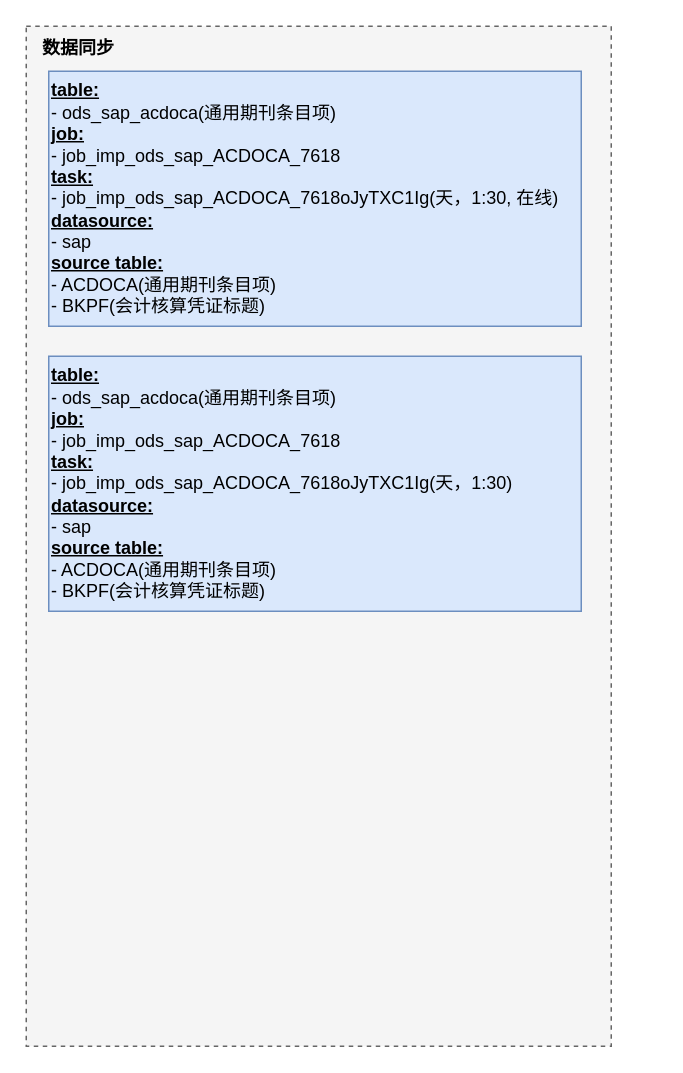
This is bow-bo.drawio from fsJerryChan/fsJerryChan, a draw.io file, before an edit. Source tidied: cells renumbered, new cells numbered last; positions are measured from the earlier drawing's top-left corner, leaving out a move shared by most shapes. Both pictures are drawn from the tidied source at 150%, with x=0, y=0 at pixel (26, 26).
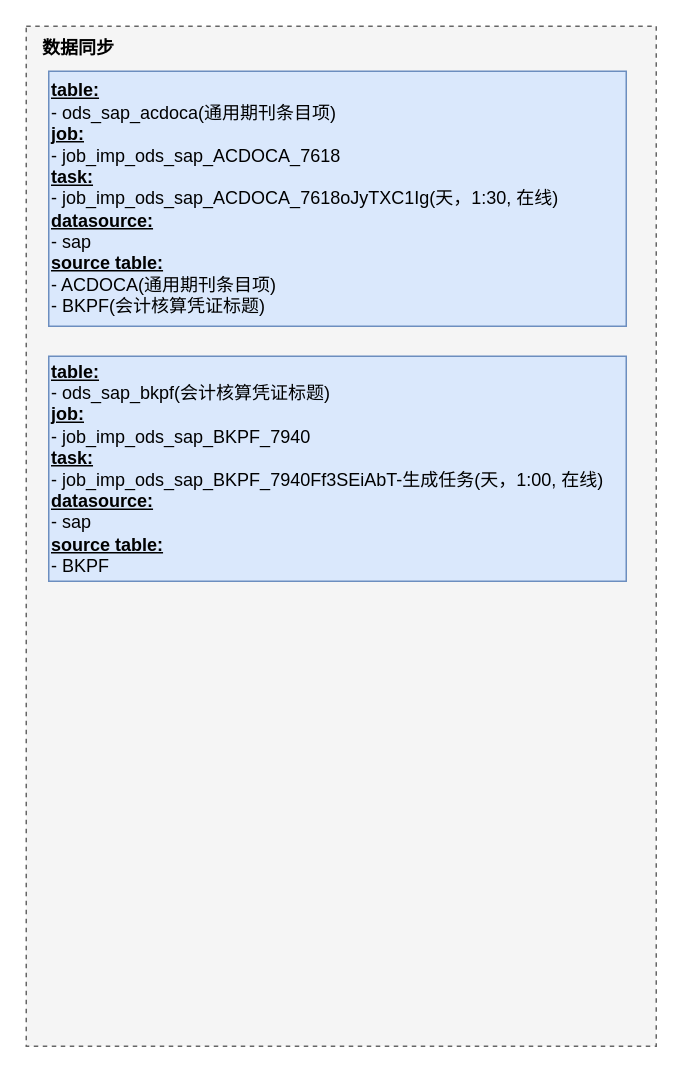
The same page after the edit.

The edit, as a diff of the source:
```diff
@@
 <mxGraphModel>
   <root>
     <mxCell id="0" />
     <mxCell id="1" parent="0" />
     <mxCell id="2" style="rounded=0;whiteSpace=wrap;html=1;dashed=1;fillColor=#f5f5f5;fontColor=#333333;strokeColor=#666666;" parent="1" vertex="1">
-      <mxGeometry width="390" height="680" as="geometry" />
+      <mxGeometry width="420" height="680" as="geometry" />
     </mxCell>
     <mxCell id="3" value="数据同步" style="text;strokeColor=none;align=center;fillColor=none;html=1;verticalAlign=middle;whiteSpace=wrap;rounded=0;fontStyle=1;" parent="1" vertex="1">
       <mxGeometry width="70" height="30" as="geometry" />
     </mxCell>
     <mxCell id="4" value="&lt;font style=&quot;font-size: 12px;&quot;&gt;&lt;b style=&quot;border-color: var(--border-color);&quot;&gt;&lt;u style=&quot;border-color: var(--border-color);&quot;&gt;table:&lt;/u&gt;&lt;/b&gt;&amp;nbsp;&lt;br style=&quot;border-color: var(--border-color);&quot;&gt;- ods_sap_acdoca(通用期刊条目项)&lt;b style=&quot;border-color: var(--border-color);&quot;&gt;&lt;u style=&quot;border-color: var(--border-color);&quot;&gt;&lt;br style=&quot;border-color: var(--border-color);&quot;&gt;job:&lt;/u&gt;&lt;/b&gt;&lt;br style=&quot;border-color: var(--border-color);&quot;&gt;- job_imp_ods_sap_ACDOCA_7618&lt;br&gt;&lt;u style=&quot;font-weight: bold;&quot;&gt;task:&lt;br&gt;&lt;/u&gt;- job_imp_ods_sap_ACDOCA_7618oJyTXC1Ig(天，1:30,&amp;nbsp;在线)&lt;br&gt;&lt;u style=&quot;font-weight: bold;&quot;&gt;datasource:&lt;/u&gt;&lt;br&gt;- sap&lt;br&gt;&lt;u style=&quot;font-weight: bold;&quot;&gt;source table:&lt;/u&gt;&amp;nbsp;&lt;br&gt;- ACDOCA(通用期刊条目项)&lt;br&gt;- BKPF(会计核算凭证标题)&lt;/font&gt;" style="rounded=0;whiteSpace=wrap;html=1;align=left;fillColor=#dae8fc;strokeColor=#6c8ebf;" parent="1" vertex="1">
-      <mxGeometry x="15" y="30" width="355" height="170" as="geometry" />
+      <mxGeometry x="15" y="30" width="385" height="170" as="geometry" />
     </mxCell>
-    <mxCell id="5" value="&lt;font style=&quot;font-size: 12px;&quot;&gt;&lt;b style=&quot;border-color: var(--border-color);&quot;&gt;&lt;u style=&quot;border-color: var(--border-color);&quot;&gt;table:&lt;/u&gt;&lt;/b&gt;&amp;nbsp;&lt;br style=&quot;border-color: var(--border-color);&quot;&gt;- ods_sap_acdoca(通用期刊条目项)&lt;b style=&quot;border-color: var(--border-color);&quot;&gt;&lt;u style=&quot;border-color: var(--border-color);&quot;&gt;&lt;br style=&quot;border-color: var(--border-color);&quot;&gt;job:&lt;/u&gt;&lt;/b&gt;&lt;br style=&quot;border-color: var(--border-color);&quot;&gt;- job_imp_ods_sap_ACDOCA_7618&lt;br&gt;&lt;u style=&quot;font-weight: bold;&quot;&gt;task:&lt;br&gt;&lt;/u&gt;- job_imp_ods_sap_ACDOCA_7618oJyTXC1Ig(天，1:30)&lt;br&gt;&lt;u style=&quot;font-weight: bold;&quot;&gt;datasource:&lt;/u&gt;&lt;br&gt;- sap&lt;br&gt;&lt;u style=&quot;font-weight: bold;&quot;&gt;source table:&lt;/u&gt;&amp;nbsp;&lt;br&gt;- ACDOCA(通用期刊条目项)&lt;br&gt;- BKPF(会计核算凭证标题)&lt;/font&gt;" style="rounded=0;whiteSpace=wrap;html=1;align=left;fillColor=#dae8fc;strokeColor=#6c8ebf;" parent="1" vertex="1">
-      <mxGeometry x="15" y="220" width="355" height="170" as="geometry" />
+    <mxCell id="5" value="&lt;font style=&quot;&quot;&gt;&lt;b style=&quot;font-size: 12px; border-color: var(--border-color);&quot;&gt;&lt;u style=&quot;border-color: var(--border-color);&quot;&gt;table:&lt;/u&gt;&lt;/b&gt;&amp;nbsp;&lt;br style=&quot;border-color: var(--border-color);&quot;&gt;-&amp;nbsp;ods_sap_bkpf&lt;span style=&quot;background-color: initial;&quot;&gt;(会计核算凭证标题)&lt;/span&gt;&lt;br&gt;&lt;b style=&quot;font-size: 12px; border-color: var(--border-color);&quot;&gt;&lt;u style=&quot;border-color: var(--border-color);&quot;&gt;job:&lt;/u&gt;&lt;/b&gt;&lt;br style=&quot;border-color: var(--border-color);&quot;&gt;-&amp;nbsp;job_imp_ods_sap_BKPF_7940&lt;br&gt;&lt;u style=&quot;font-size: 12px; font-weight: bold;&quot;&gt;task:&lt;br&gt;&lt;/u&gt;-&amp;nbsp;job_imp_ods_sap_BKPF_7940Ff3SEiAbT-生成任务(天，1:00,&amp;nbsp;在线)&lt;br&gt;&lt;u style=&quot;font-size: 12px; font-weight: bold;&quot;&gt;datasource:&lt;/u&gt;&lt;br&gt;- sap&lt;br&gt;&lt;u style=&quot;font-size: 12px; font-weight: bold;&quot;&gt;source table:&lt;/u&gt;&amp;nbsp;&lt;br&gt;-&amp;nbsp;&lt;/font&gt;BKPF" style="rounded=0;whiteSpace=wrap;html=1;align=left;fillColor=#dae8fc;strokeColor=#6c8ebf;" parent="1" vertex="1">
+      <mxGeometry x="15" y="220" width="385" height="150" as="geometry" />
     </mxCell>
   </root>
 </mxGraphModel>
```
